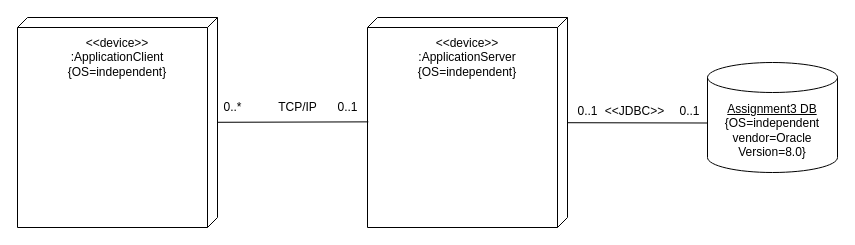
Before: UML/DeploymentDiagram.drawio in Sclafus/Ecommerce-Server, a draw.io diagram. Source tidied: cells renumbered, new cells numbered last; positions are measured from the earlier drawing's top-left corner, leaving out a move shared by most shapes. Both pictures are drawn from the tidied source at 100%, with x=0, y=0 at pixel (17, 17).
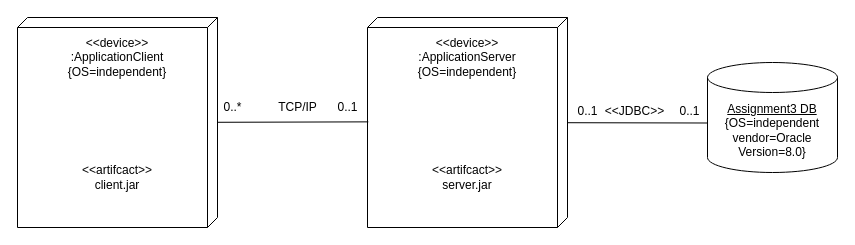
Above is the later version.

The edit, as a diff of the source:
```diff
@@
 <mxGraphModel>
   <root>
     <mxCell id="0" />
     <mxCell id="1" parent="0" />
     <mxCell id="2" style="edgeStyle=orthogonalEdgeStyle;rounded=0;orthogonalLoop=1;jettySize=auto;html=1;exitX=0.5;exitY=0.5;exitDx=0;exitDy=0;exitPerimeter=0;" parent="1" edge="1">
       <mxGeometry relative="1" as="geometry">
         <mxPoint x="260" y="360" as="targetPoint" />
       </mxGeometry>
     </mxCell>
     <mxCell id="3" value="&lt;u&gt;Assignment3 DB&lt;br&gt;&lt;/u&gt;{OS=independent&lt;br&gt;vendor=Oracle&lt;br&gt;Version=8.0}" style="shape=cylinder3;whiteSpace=wrap;html=1;boundedLbl=1;backgroundOutline=1;size=15;" parent="1" vertex="1">
       <mxGeometry x="690" y="45" width="130" height="110" as="geometry" />
     </mxCell>
     <mxCell id="4" style="verticalAlign=top;align=center;spacingTop=8;spacingLeft=2;spacingRight=12;shape=cube;size=10;direction=south;fontStyle=4;html=1;" parent="1" vertex="1">
       <mxGeometry x="350" width="200" height="210" as="geometry" />
     </mxCell>
     <mxCell id="5" value="&amp;lt;&amp;lt;device&amp;gt;&amp;gt;&lt;br&gt;:ApplicationServer&lt;br&gt;{OS=independent}" style="text;html=1;strokeColor=none;fillColor=none;align=center;verticalAlign=middle;whiteSpace=wrap;rounded=0;" parent="1" vertex="1">
       <mxGeometry x="430" y="30" width="40" height="20" as="geometry" />
     </mxCell>
     <mxCell id="6" value="&amp;lt;&amp;lt;JDBC&amp;gt;&amp;gt;" style="text;html=1;align=center;verticalAlign=middle;" parent="1" vertex="1">
       <mxGeometry x="582" y="84" width="70" height="20" as="geometry" />
     </mxCell>
     <mxCell id="7" style="verticalAlign=top;align=center;spacingTop=8;spacingLeft=2;spacingRight=12;shape=cube;size=10;direction=south;fontStyle=4;html=1;" parent="1" vertex="1">
       <mxGeometry width="200" height="210" as="geometry" />
     </mxCell>
     <mxCell id="8" value="&amp;lt;&amp;lt;device&amp;gt;&amp;gt;&lt;br&gt;:ApplicationClient&lt;br&gt;{OS=independent}" style="text;html=1;strokeColor=none;fillColor=none;align=center;verticalAlign=middle;whiteSpace=wrap;rounded=0;" parent="1" vertex="1">
       <mxGeometry x="80" y="30" width="40" height="20" as="geometry" />
     </mxCell>
     <mxCell id="9" value="0..1" style="text;html=1;align=center;verticalAlign=middle;" parent="1" vertex="1">
       <mxGeometry x="310" y="80" width="40" height="20" as="geometry" />
     </mxCell>
     <mxCell id="10" value="0..*" style="text;html=1;align=center;verticalAlign=middle;" parent="1" vertex="1">
       <mxGeometry x="200" y="80" width="30" height="20" as="geometry" />
     </mxCell>
     <mxCell id="11" value="TCP/IP" style="text;html=1;align=center;verticalAlign=middle;" parent="1" vertex="1">
       <mxGeometry x="255" y="80" width="50" height="20" as="geometry" />
     </mxCell>
     <mxCell id="12" value="0..1" style="text;html=1;align=center;verticalAlign=middle;" parent="1" vertex="1">
       <mxGeometry x="652" y="84" width="40" height="20" as="geometry" />
     </mxCell>
     <mxCell id="13" value="0..1" style="text;html=1;align=center;verticalAlign=middle;" parent="1" vertex="1">
       <mxGeometry x="550" y="84" width="40" height="20" as="geometry" />
     </mxCell>
     <mxCell id="14" style="endArrow=none;html=1;entryX=0.497;entryY=0.996;entryDx=0;entryDy=0;entryPerimeter=0;exitX=0.499;exitY=0;exitDx=0;exitDy=0;exitPerimeter=0;" parent="1" edge="1" source="7" target="4">
       <mxGeometry relative="1" as="geometry" />
     </mxCell>
     <mxCell id="15" style="endArrow=none;html=1;entryX=0;entryY=0.55;entryDx=0;entryDy=0;entryPerimeter=0;" parent="1" edge="1" source="4" target="3">
       <mxGeometry relative="1" as="geometry" />
     </mxCell>
+    <mxCell id="16" value="&amp;lt;&amp;lt;artifcact&amp;gt;&amp;gt;&lt;br&gt;client.jar" style="text;html=1;strokeColor=none;fillColor=none;align=center;verticalAlign=middle;whiteSpace=wrap;rounded=0;" parent="1" vertex="1">
+      <mxGeometry x="80" y="150" width="40" height="20" as="geometry" />
+    </mxCell>
+    <mxCell id="17" value="&amp;lt;&amp;lt;artifcact&amp;gt;&amp;gt;&lt;br&gt;server.jar" style="text;html=1;strokeColor=none;fillColor=none;align=center;verticalAlign=middle;whiteSpace=wrap;rounded=0;" parent="1" vertex="1">
+      <mxGeometry x="430" y="150" width="40" height="20" as="geometry" />
+    </mxCell>
   </root>
 </mxGraphModel>
```
